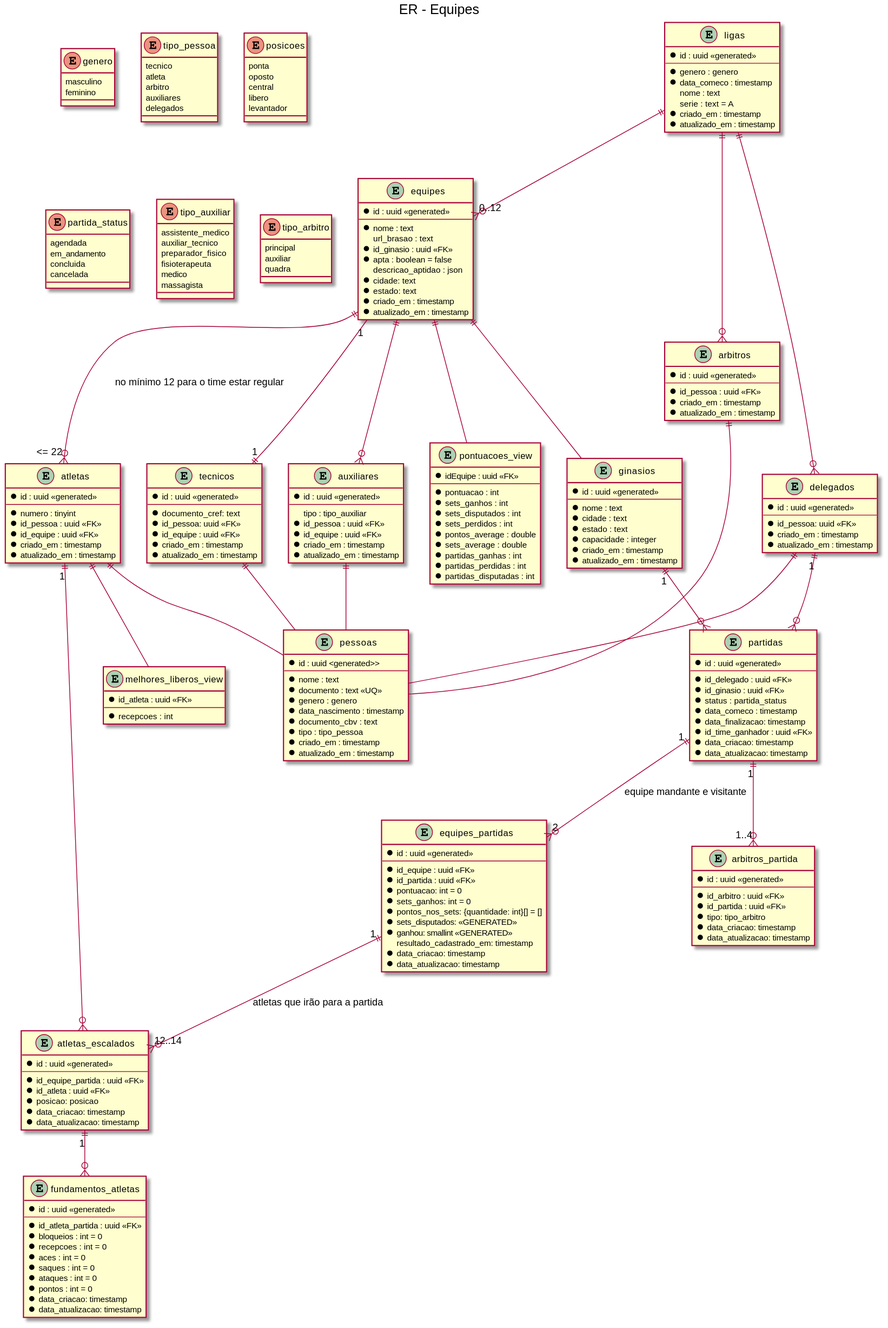
Earlier version of the PlantUML export out/documentation/volei/er.svg (josecleiton/volleyball-api).
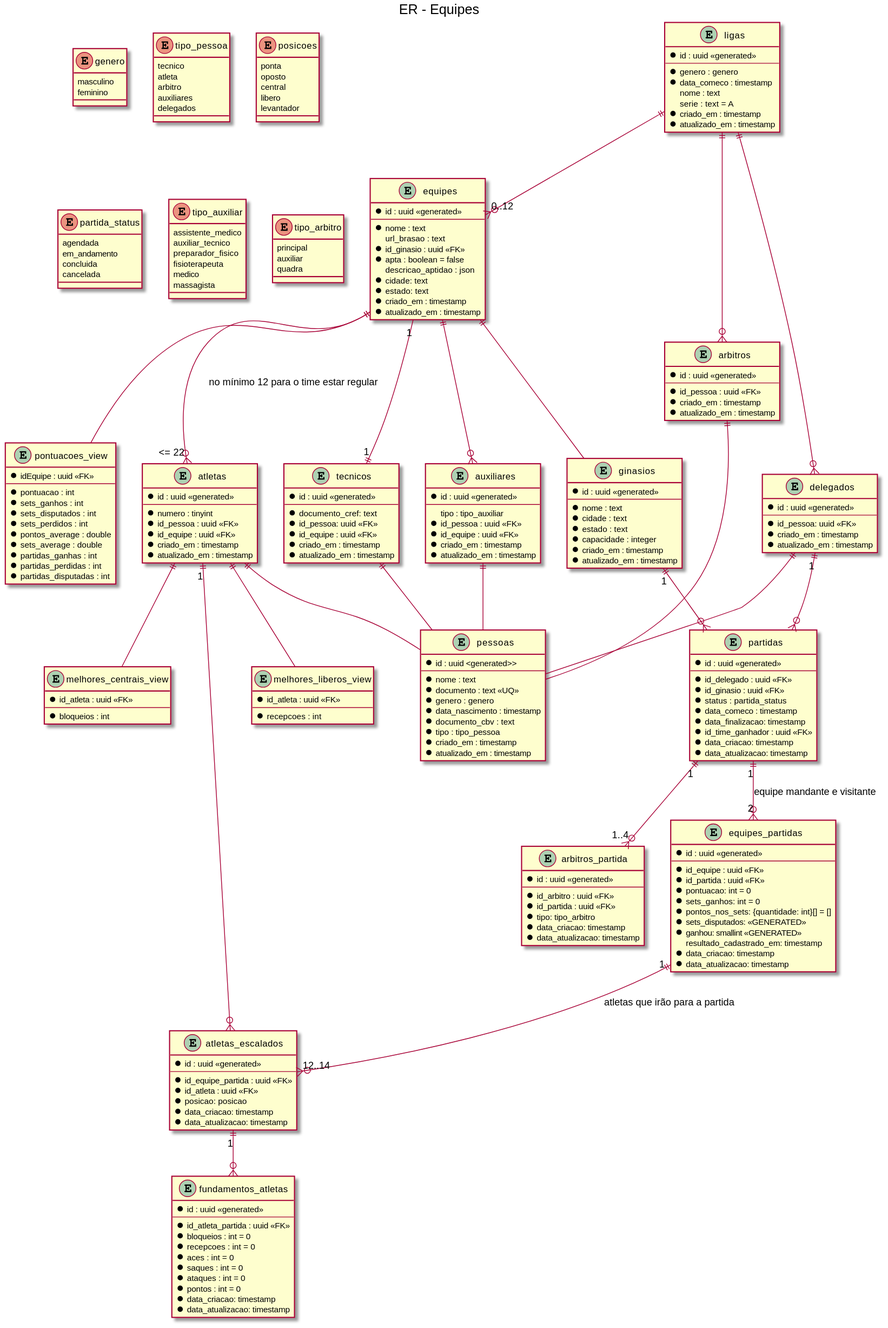
Above is the later version.

Commit message:
docs: atualiza com melhores_centrais_view

Change to the diagram source:
```diff
@@ -221,6 +221,12 @@
 	* recepcoes : int
 }
 
+entity melhores_centrais_view {
+	* id_atleta : uuid <<FK>>
+	--
+	* bloqueios : int
+}
+
 ligas ||--o{ "0..12" equipes
 ligas ||--o{ arbitros
 ligas ||--o{ delegados
@@ -238,6 +244,7 @@
 atletas_escalados "1" ||--o{ fundamentos_atletas
 
 atletas ||-- melhores_liberos_view
+atletas ||-- melhores_centrais_view
 
 
 atletas ||-- pessoas
```
